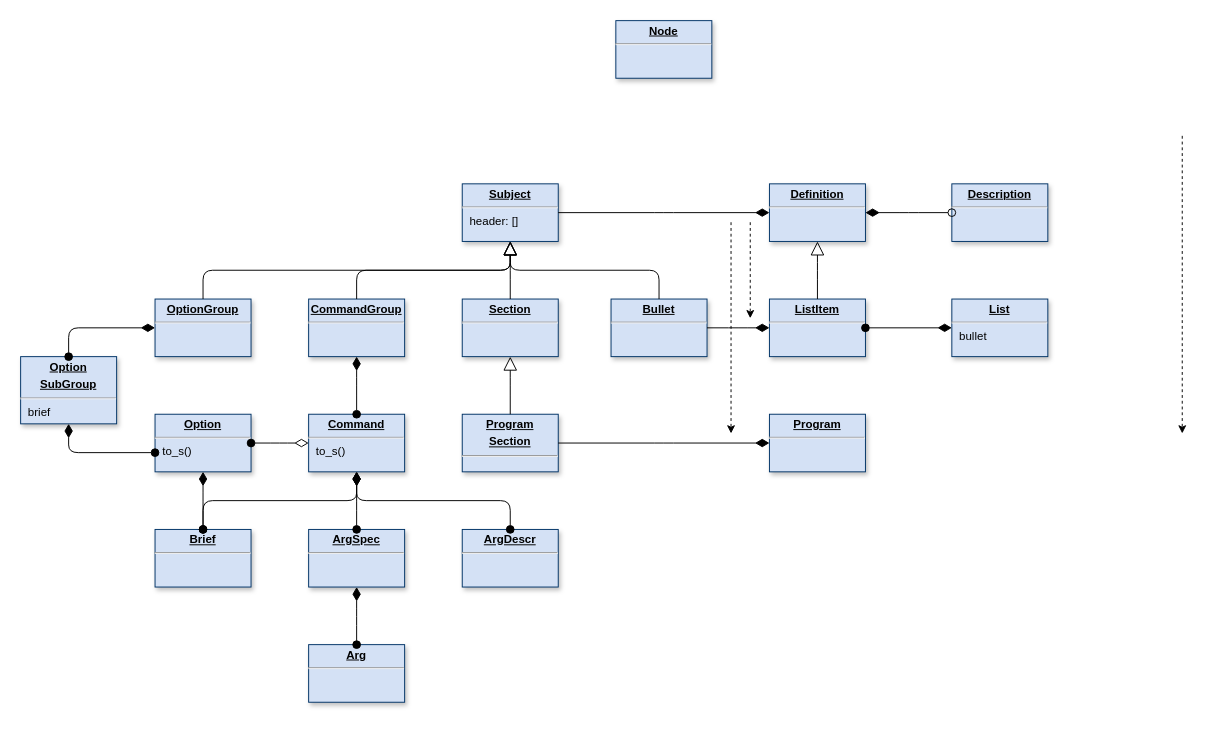
Above: page "Page-6" (6 of 6) of doc/diagram.drawio in clrgit/shellopts (draw.io), before the change. Source tidied: cells renumbered, new cells numbered last; positions are measured from the earlier drawing's top-left corner, leaving out a move shared by most shapes. Both pictures are drawn from the tidied source at 96%, with x=0, y=0 at pixel (20, 20).
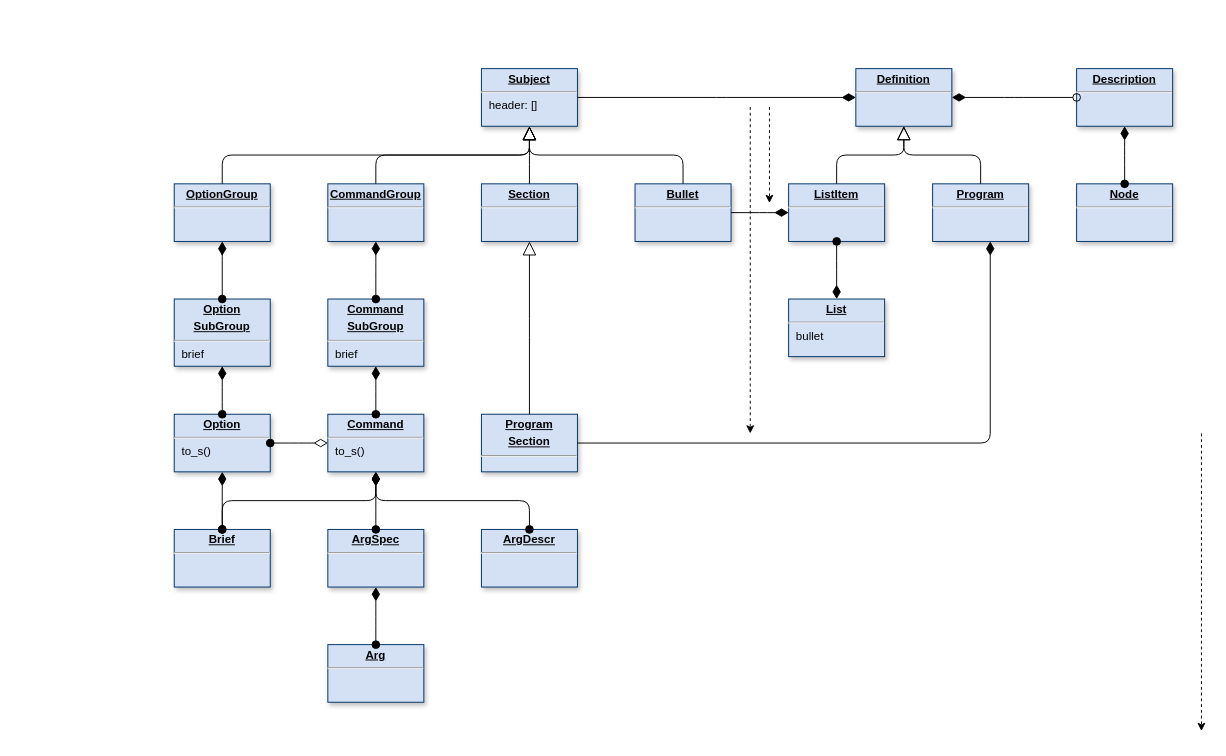
After the change.

Diff of the diagram source:
```diff
@@
     <mxCell id="2" value="&lt;p style=&quot;margin: 0px ; margin-top: 4px ; text-align: center ; text-decoration: underline&quot;&gt;&lt;b&gt;Definition&lt;/b&gt;&lt;/p&gt;&lt;hr&gt;&lt;p style=&quot;margin: 0px ; margin-left: 8px&quot;&gt;&lt;br&gt;&lt;/p&gt;" style="verticalAlign=top;align=left;overflow=fill;fontSize=12;fontFamily=Helvetica;html=1;shadow=1;strokeColor=#003366;fillColor=#D4E1F5;" parent="1" vertex="1">
-      <mxGeometry x="780" y="170" width="100" height="60" as="geometry" />
+      <mxGeometry x="870" y="50" width="100" height="60" as="geometry" />
     </mxCell>
     <mxCell id="3" value="&lt;p style=&quot;margin: 0px ; margin-top: 4px ; text-align: center ; text-decoration: underline&quot;&gt;&lt;b&gt;Subject&lt;/b&gt;&lt;/p&gt;&lt;hr&gt;&lt;p style=&quot;margin: 0px ; margin-left: 8px&quot;&gt;header: []&lt;/p&gt;" style="verticalAlign=top;align=left;overflow=fill;fontSize=12;fontFamily=Helvetica;html=1;shadow=1;strokeColor=#003366;fillColor=#D4E1F5;" parent="1" vertex="1">
-      <mxGeometry x="460" y="170" width="100" height="60" as="geometry" />
+      <mxGeometry x="480" y="50" width="100" height="60" as="geometry" />
     </mxCell>
     <mxCell id="4" value="&lt;p style=&quot;margin: 0px ; margin-top: 4px ; text-align: center ; text-decoration: underline&quot;&gt;&lt;b&gt;Description&lt;/b&gt;&lt;/p&gt;&lt;hr&gt;&lt;p style=&quot;margin: 0px ; margin-left: 8px&quot;&gt;&lt;br&gt;&lt;/p&gt;" style="verticalAlign=top;align=left;overflow=fill;fontSize=12;fontFamily=Helvetica;html=1;shadow=1;strokeColor=#003366;fillColor=#D4E1F5;" parent="1" vertex="1">
-      <mxGeometry x="970" y="170" width="100" height="60" as="geometry" />
+      <mxGeometry x="1100" y="50" width="100" height="60" as="geometry" />
     </mxCell>
     <mxCell id="5" value="&lt;p style=&quot;margin: 0px ; margin-top: 4px ; text-align: center ; text-decoration: underline&quot;&gt;&lt;b&gt;OptionGroup&lt;/b&gt;&lt;/p&gt;&lt;hr&gt;&lt;p style=&quot;margin: 0px ; margin-left: 8px&quot;&gt;&lt;br&gt;&lt;/p&gt;" style="verticalAlign=top;align=left;overflow=fill;fontSize=12;fontFamily=Helvetica;html=1;shadow=1;strokeColor=#003366;fillColor=#D4E1F5;" parent="1" vertex="1">
-      <mxGeometry x="140" y="290" width="100" height="60" as="geometry" />
+      <mxGeometry x="160" y="170" width="100" height="60" as="geometry" />
     </mxCell>
     <mxCell id="6" value="&lt;p style=&quot;margin: 0px ; margin-top: 4px ; text-align: center ; text-decoration: underline&quot;&gt;&lt;b&gt;CommandGroup&lt;/b&gt;&lt;/p&gt;&lt;hr&gt;&lt;p style=&quot;margin: 0px ; margin-left: 8px&quot;&gt;&lt;br&gt;&lt;/p&gt;" style="verticalAlign=top;align=left;overflow=fill;fontSize=12;fontFamily=Helvetica;html=1;shadow=1;strokeColor=#003366;fillColor=#D4E1F5;" parent="1" vertex="1">
-      <mxGeometry x="300" y="290" width="100" height="60" as="geometry" />
+      <mxGeometry x="320" y="170" width="100" height="60" as="geometry" />
     </mxCell>
     <mxCell id="7" value="&lt;p style=&quot;margin: 0px ; margin-top: 4px ; text-align: center ; text-decoration: underline&quot;&gt;&lt;b&gt;Section&lt;/b&gt;&lt;/p&gt;&lt;hr&gt;&lt;p style=&quot;margin: 0px ; margin-left: 8px&quot;&gt;&lt;br&gt;&lt;/p&gt;" style="verticalAlign=top;align=left;overflow=fill;fontSize=12;fontFamily=Helvetica;html=1;shadow=1;strokeColor=#003366;fillColor=#D4E1F5;" parent="1" vertex="1">
-      <mxGeometry x="460" y="290" width="100" height="60" as="geometry" />
+      <mxGeometry x="480" y="170" width="100" height="60" as="geometry" />
     </mxCell>
     <mxCell id="8" value="&lt;p style=&quot;margin: 0px ; margin-top: 4px ; text-align: center ; text-decoration: underline&quot;&gt;&lt;b&gt;List&lt;/b&gt;&lt;/p&gt;&lt;hr&gt;&lt;p style=&quot;margin: 0px ; margin-left: 8px&quot;&gt;bullet&lt;/p&gt;" style="verticalAlign=top;align=left;overflow=fill;fontSize=12;fontFamily=Helvetica;html=1;shadow=1;strokeColor=#003366;fillColor=#D4E1F5;" parent="1" vertex="1">
-      <mxGeometry x="970" y="290" width="100" height="60" as="geometry" />
+      <mxGeometry x="800" y="290" width="100" height="60" as="geometry" />
     </mxCell>
@@
     <mxCell id="11" value="&lt;p style=&quot;margin: 0px ; margin-top: 4px ; text-align: center ; text-decoration: underline&quot;&gt;&lt;b&gt;Option&lt;/b&gt;&lt;/p&gt;&lt;hr&gt;&lt;p style=&quot;margin: 0px ; margin-left: 8px&quot;&gt;to_s()&lt;/p&gt;" style="verticalAlign=top;align=left;overflow=fill;fontSize=12;fontFamily=Helvetica;html=1;shadow=1;strokeColor=#003366;fillColor=#D4E1F5;" parent="1" vertex="1">
-      <mxGeometry x="140" y="410" width="100" height="60" as="geometry" />
+      <mxGeometry x="160" y="410" width="100" height="60" as="geometry" />
     </mxCell>
     <mxCell id="12" value="&lt;p style=&quot;margin: 0px ; margin-top: 4px ; text-align: center ; text-decoration: underline&quot;&gt;&lt;b&gt;Command&lt;/b&gt;&lt;/p&gt;&lt;hr&gt;&lt;p style=&quot;margin: 0px ; margin-left: 8px&quot;&gt;to_s()&lt;/p&gt;" style="verticalAlign=top;align=left;overflow=fill;fontSize=12;fontFamily=Helvetica;html=1;shadow=1;strokeColor=#003366;fillColor=#D4E1F5;" parent="1" vertex="1">
-      <mxGeometry x="300" y="410" width="100" height="60" as="geometry" />
+      <mxGeometry x="320" y="410" width="100" height="60" as="geometry" />
     </mxCell>
-    <mxCell id="13" style="endArrow=diamondThin;endFill=1;endSize=12;html=1;edgeStyle=elbowEdgeStyle;labelBackgroundColor=#FFFFFF;startSize=8;startArrow=oval;startFill=1;elbow=vertical;" parent="1" edge="1" source="12" target="6">
-      <mxGeometry relative="1" as="geometry" />
-    </mxCell>
@@
     <mxCell id="15" value="&lt;p style=&quot;margin: 0px ; margin-top: 4px ; text-align: center ; text-decoration: underline&quot;&gt;&lt;b&gt;Brief&lt;/b&gt;&lt;/p&gt;&lt;hr&gt;&lt;p style=&quot;margin: 0px ; margin-left: 8px&quot;&gt;&lt;br&gt;&lt;/p&gt;" style="verticalAlign=top;align=left;overflow=fill;fontSize=12;fontFamily=Helvetica;html=1;shadow=1;strokeColor=#003366;fillColor=#D4E1F5;" parent="1" vertex="1">
-      <mxGeometry x="140" y="530" width="100" height="60" as="geometry" />
+      <mxGeometry x="160" y="530" width="100" height="60" as="geometry" />
     </mxCell>
     <mxCell id="16" value="&lt;p style=&quot;margin: 0px ; margin-top: 4px ; text-align: center ; text-decoration: underline&quot;&gt;&lt;b&gt;ArgSpec&lt;/b&gt;&lt;/p&gt;&lt;hr&gt;&lt;p style=&quot;margin: 0px ; margin-left: 8px&quot;&gt;&lt;br&gt;&lt;/p&gt;" style="verticalAlign=top;align=left;overflow=fill;fontSize=12;fontFamily=Helvetica;html=1;shadow=1;strokeColor=#003366;fillColor=#D4E1F5;" parent="1" vertex="1">
-      <mxGeometry x="300" y="530" width="100" height="60" as="geometry" />
+      <mxGeometry x="320" y="530" width="100" height="60" as="geometry" />
     </mxCell>
     <mxCell id="17" value="&lt;p style=&quot;margin: 0px ; margin-top: 4px ; text-align: center ; text-decoration: underline&quot;&gt;&lt;b&gt;ArgDescr&lt;/b&gt;&lt;/p&gt;&lt;hr&gt;&lt;p style=&quot;margin: 0px ; margin-left: 8px&quot;&gt;&lt;br&gt;&lt;/p&gt;" style="verticalAlign=top;align=left;overflow=fill;fontSize=12;fontFamily=Helvetica;html=1;shadow=1;strokeColor=#003366;fillColor=#D4E1F5;" parent="1" vertex="1">
-      <mxGeometry x="460" y="530" width="100" height="60" as="geometry" />
+      <mxGeometry x="480" y="530" width="100" height="60" as="geometry" />
     </mxCell>
     <mxCell id="18" value="&lt;p style=&quot;margin: 0px ; margin-top: 4px ; text-align: center ; text-decoration: underline&quot;&gt;&lt;b&gt;Arg&lt;/b&gt;&lt;/p&gt;&lt;hr&gt;&lt;p style=&quot;margin: 0px ; margin-left: 8px&quot;&gt;&lt;br&gt;&lt;/p&gt;" style="verticalAlign=top;align=left;overflow=fill;fontSize=12;fontFamily=Helvetica;html=1;shadow=1;strokeColor=#003366;fillColor=#D4E1F5;" parent="1" vertex="1">
-      <mxGeometry x="300" y="650" width="100" height="60" as="geometry" />
+      <mxGeometry x="320" y="650" width="100" height="60" as="geometry" />
     </mxCell>
@@
     <mxCell id="24" value="&lt;p style=&quot;margin: 0px ; margin-top: 4px ; text-align: center ; text-decoration: underline&quot;&gt;&lt;b&gt;Program&lt;/b&gt;&lt;/p&gt;&lt;p style=&quot;margin: 0px ; margin-top: 4px ; text-align: center ; text-decoration: underline&quot;&gt;&lt;b&gt;Section&lt;/b&gt;&lt;/p&gt;&lt;hr&gt;&lt;p style=&quot;margin: 0px ; margin-left: 8px&quot;&gt;&lt;br&gt;&lt;/p&gt;" style="verticalAlign=top;align=left;overflow=fill;fontSize=12;fontFamily=Helvetica;html=1;shadow=1;strokeColor=#003366;fillColor=#D4E1F5;" parent="1" vertex="1">
-      <mxGeometry x="460" y="410" width="100" height="60" as="geometry" />
+      <mxGeometry x="480" y="410" width="100" height="60" as="geometry" />
     </mxCell>
     <mxCell id="25" value="&lt;p style=&quot;margin: 0px ; margin-top: 4px ; text-align: center ; text-decoration: underline&quot;&gt;&lt;b&gt;Program&lt;/b&gt;&lt;/p&gt;&lt;hr&gt;&lt;p style=&quot;margin: 0px ; margin-left: 8px&quot;&gt;&lt;br&gt;&lt;/p&gt;" style="verticalAlign=top;align=left;overflow=fill;fontSize=12;fontFamily=Helvetica;html=1;shadow=1;strokeColor=#003366;fillColor=#D4E1F5;" parent="1" vertex="1">
-      <mxGeometry x="780" y="410" width="100" height="60" as="geometry" />
+      <mxGeometry x="950" y="170" width="100" height="60" as="geometry" />
     </mxCell>
     <mxCell id="26" style="endArrow=diamondThin;endFill=1;endSize=12;html=1;edgeStyle=elbowEdgeStyle;labelBackgroundColor=#FFFFFF;startSize=8;startArrow=none;startFill=0;elbow=vertical;" parent="1" edge="1" source="24" target="25">
-      <mxGeometry relative="1" as="geometry" />
+      <mxGeometry relative="1" as="geometry">
+        <Array as="points">
+          <mxPoint x="1010" y="440" />
+          <mxPoint x="690" y="320" />
+        </Array>
+      </mxGeometry>
     </mxCell>
     <mxCell id="27" style="endArrow=classic;html=1;dashed=1;" parent="1" edge="1">
       <mxGeometry relative="1" as="geometry">
-        <mxPoint x="1210" y="120" as="sourcePoint" />
-        <mxPoint x="1210" y="430" as="targetPoint" />
+        <mxPoint x="1230" y="430" as="sourcePoint" />
+        <mxPoint x="1230" y="740" as="targetPoint" />
       </mxGeometry>
     </mxCell>
     <mxCell id="28" value="&lt;p style=&quot;margin: 0px ; margin-top: 4px ; text-align: center ; text-decoration: underline&quot;&gt;&lt;b&gt;ListItem&lt;/b&gt;&lt;/p&gt;&lt;hr&gt;&lt;p style=&quot;margin: 0px ; margin-left: 8px&quot;&gt;&lt;br&gt;&lt;/p&gt;" style="verticalAlign=top;align=left;overflow=fill;fontSize=12;fontFamily=Helvetica;html=1;shadow=1;strokeColor=#003366;fillColor=#D4E1F5;" parent="1" vertex="1">
-      <mxGeometry x="780" y="290" width="100" height="60" as="geometry" />
+      <mxGeometry x="800" y="170" width="100" height="60" as="geometry" />
     </mxCell>
-    <mxCell id="29" style="endArrow=diamondThin;endFill=1;endSize=12;html=1;edgeStyle=elbowEdgeStyle;labelBackgroundColor=#FFFFFF;startSize=8;startArrow=oval;startFill=1;elbow=vertical;" parent="1" edge="1" source="28" target="8">
-      <mxGeometry relative="1" as="geometry">
-        <Array as="points">
-          <mxPoint x="1060" y="326" />
-        </Array>
-      </mxGeometry>
-    </mxCell>
@@
     <mxCell id="31" value="&lt;p style=&quot;margin: 0px ; margin-top: 4px ; text-align: center ; text-decoration: underline&quot;&gt;&lt;b&gt;Bullet&lt;/b&gt;&lt;/p&gt;&lt;hr&gt;&lt;p style=&quot;margin: 0px ; margin-left: 8px&quot;&gt;&lt;br&gt;&lt;/p&gt;" style="verticalAlign=top;align=left;overflow=fill;fontSize=12;fontFamily=Helvetica;html=1;shadow=1;strokeColor=#003366;fillColor=#D4E1F5;" parent="1" vertex="1">
-      <mxGeometry x="615" y="290" width="100" height="60" as="geometry" />
+      <mxGeometry x="640" y="170" width="100" height="60" as="geometry" />
     </mxCell>
     <mxCell id="32" value="&lt;p style=&quot;margin: 0px ; margin-top: 4px ; text-align: center ; text-decoration: underline&quot;&gt;&lt;b&gt;Node&lt;/b&gt;&lt;/p&gt;&lt;hr&gt;&lt;p style=&quot;margin: 0px ; margin-left: 8px&quot;&gt;&lt;br&gt;&lt;/p&gt;" style="verticalAlign=top;align=left;overflow=fill;fontSize=12;fontFamily=Helvetica;html=1;shadow=1;strokeColor=#003366;fillColor=#D4E1F5;" parent="1" vertex="1">
-      <mxGeometry x="620" width="100" height="60" as="geometry" />
+      <mxGeometry x="1100" y="170" width="100" height="60" as="geometry" />
     </mxCell>
     <mxCell id="33" value="&lt;p style=&quot;margin: 0px ; margin-top: 4px ; text-align: center ; text-decoration: underline&quot;&gt;&lt;b&gt;Option&lt;/b&gt;&lt;/p&gt;&lt;p style=&quot;margin: 0px ; margin-top: 4px ; text-align: center ; text-decoration: underline&quot;&gt;&lt;b&gt;SubGroup&lt;/b&gt;&lt;/p&gt;&lt;hr&gt;&lt;p style=&quot;margin: 0px ; margin-left: 8px&quot;&gt;brief&lt;/p&gt;" style="verticalAlign=top;align=left;overflow=fill;fontSize=12;fontFamily=Helvetica;html=1;shadow=1;strokeColor=#003366;fillColor=#D4E1F5;" parent="1" vertex="1">
-      <mxGeometry y="350" width="100" height="70" as="geometry" />
+      <mxGeometry x="160" y="290" width="100" height="70" as="geometry" />
     </mxCell>
     <mxCell id="34" style="endArrow=diamondThin;endFill=1;endSize=12;html=1;edgeStyle=elbowEdgeStyle;labelBackgroundColor=#FFFFFF;startSize=8;startArrow=oval;startFill=1;elbow=vertical;" parent="1" edge="1" source="33" target="5">
       <mxGeometry relative="1" as="geometry">
         <Array as="points">
-          <mxPoint x="110" y="320" />
+          <mxPoint x="210" y="240" />
+          <mxPoint x="130" y="200" />
         </Array>
       </mxGeometry>
     </mxCell>
     <mxCell id="35" style="endArrow=diamondThin;endFill=1;endSize=12;html=1;edgeStyle=elbowEdgeStyle;labelBackgroundColor=#FFFFFF;startSize=8;startArrow=oval;startFill=1;elbow=vertical;" parent="1" edge="1" source="11" target="33">
       <mxGeometry relative="1" as="geometry">
         <Array as="points">
-          <mxPoint x="50" y="450" />
-          <mxPoint x="110" y="440" />
-          <mxPoint x="50" y="380" />
+          <mxPoint x="210" y="390" />
+          <mxPoint x="70" y="330" />
+          <mxPoint x="130" y="320" />
+          <mxPoint x="70" y="260" />
         </Array>
       </mxGeometry>
     </mxCell>
@@
     <mxCell id="42" style="endArrow=classic;html=1;dashed=1;" parent="1" edge="1">
       <mxGeometry relative="1" as="geometry">
-        <mxPoint x="760" y="210" as="sourcePoint" />
-        <mxPoint x="760" y="310" as="targetPoint" />
+        <mxPoint x="780" y="90" as="sourcePoint" />
+        <mxPoint x="780" y="190" as="targetPoint" />
       </mxGeometry>
     </mxCell>
     <mxCell id="43" style="endArrow=classic;html=1;dashed=1;" parent="1" edge="1">
       <mxGeometry relative="1" as="geometry">
-        <mxPoint x="740" y="210" as="sourcePoint" />
-        <mxPoint x="740" y="430" as="targetPoint" />
+        <mxPoint x="760" y="90" as="sourcePoint" />
+        <mxPoint x="760" y="430" as="targetPoint" />
       </mxGeometry>
     </mxCell>
+    <mxCell id="44" style="endArrow=block;endFill=0;endSize=12;html=1;edgeStyle=elbowEdgeStyle;labelBackgroundColor=#FFFFFF;elbow=vertical;" parent="1" edge="1" source="25" target="2">
+      <mxGeometry relative="1" as="geometry" />
+    </mxCell>
+    <mxCell id="29" style="endArrow=diamondThin;endFill=1;endSize=12;html=1;edgeStyle=elbowEdgeStyle;labelBackgroundColor=#FFFFFF;startSize=8;startArrow=oval;startFill=1;elbow=vertical;" parent="1" edge="1" source="28" target="8">
+      <mxGeometry relative="1" as="geometry" />
+    </mxCell>
+    <mxCell id="45" style="endArrow=diamondThin;endFill=1;endSize=12;html=1;edgeStyle=elbowEdgeStyle;labelBackgroundColor=#FFFFFF;startSize=8;startArrow=oval;startFill=1;elbow=vertical;" parent="1" edge="1" source="32" target="4">
+      <mxGeometry relative="1" as="geometry" />
+    </mxCell>
+    <mxCell id="46" value="&lt;p style=&quot;margin: 0px ; margin-top: 4px ; text-align: center ; text-decoration: underline&quot;&gt;&lt;b&gt;Command&lt;/b&gt;&lt;/p&gt;&lt;p style=&quot;margin: 0px ; margin-top: 4px ; text-align: center ; text-decoration: underline&quot;&gt;&lt;b&gt;SubGroup&lt;/b&gt;&lt;/p&gt;&lt;hr&gt;&lt;p style=&quot;margin: 0px ; margin-left: 8px&quot;&gt;brief&lt;/p&gt;" style="verticalAlign=top;align=left;overflow=fill;fontSize=12;fontFamily=Helvetica;html=1;shadow=1;strokeColor=#003366;fillColor=#D4E1F5;" parent="1" vertex="1">
+      <mxGeometry x="320" y="290" width="100" height="70" as="geometry" />
+    </mxCell>
+    <mxCell id="47" style="endArrow=diamondThin;endFill=1;endSize=12;html=1;edgeStyle=elbowEdgeStyle;labelBackgroundColor=#FFFFFF;startSize=8;startArrow=oval;startFill=1;elbow=vertical;" parent="1" edge="1" source="46" target="6">
+      <mxGeometry relative="1" as="geometry" />
+    </mxCell>
+    <mxCell id="48" style="endArrow=diamondThin;endFill=1;endSize=12;html=1;edgeStyle=elbowEdgeStyle;labelBackgroundColor=#FFFFFF;startSize=8;startArrow=oval;startFill=1;elbow=vertical;" parent="1" edge="1" source="12" target="46">
+      <mxGeometry relative="1" as="geometry" />
+    </mxCell>
```
